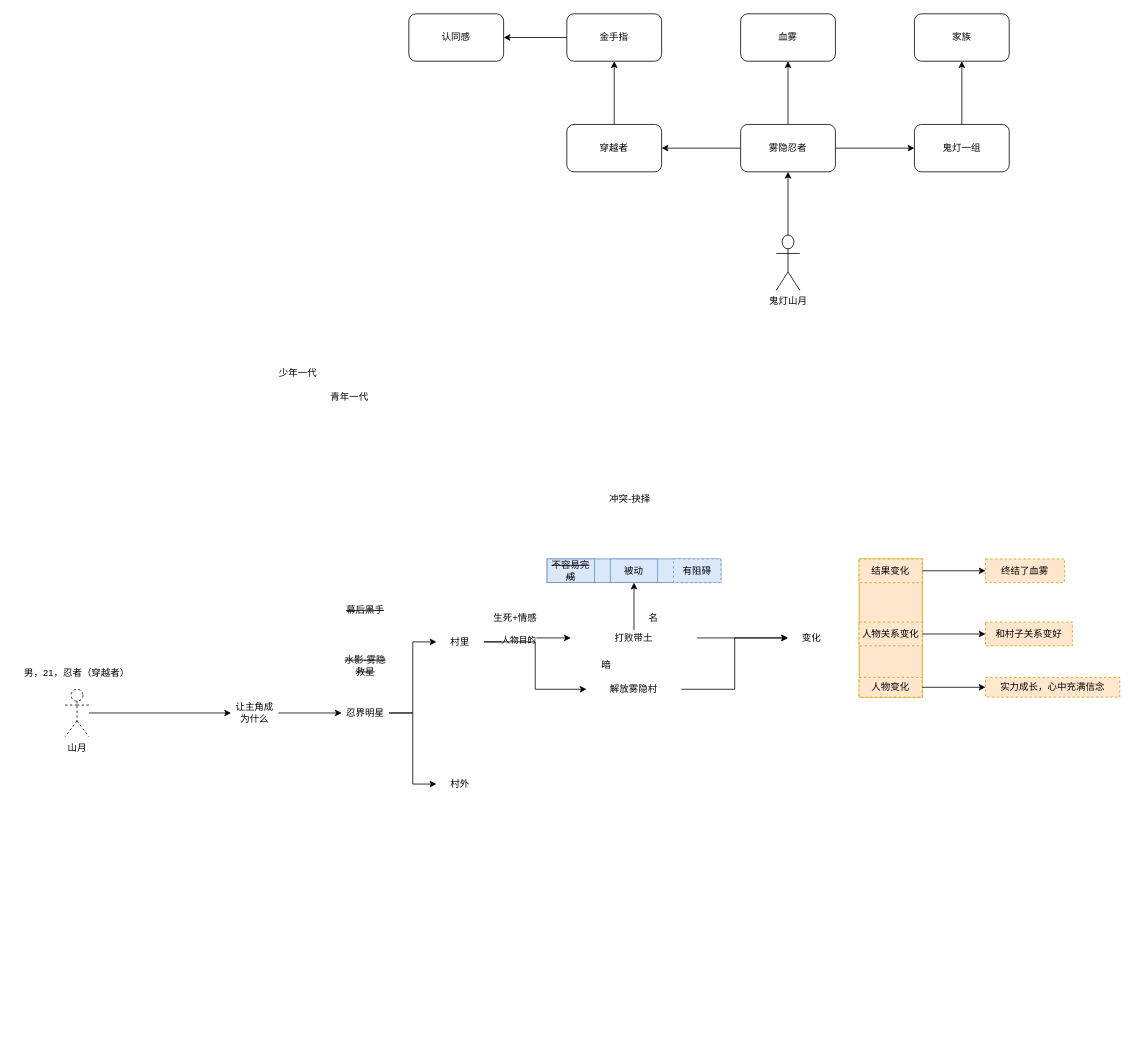
This is 项目图/未命名绘图.drawio from train42/image-host, a draw.io file, before an edit. Source tidied: cells renumbered, new cells numbered last; positions are measured from the earlier drawing's top-left corner, leaving out a move shared by most shapes. Both pictures are drawn from the tidied source at 79%, with x=0, y=0 at pixel (13, 13).
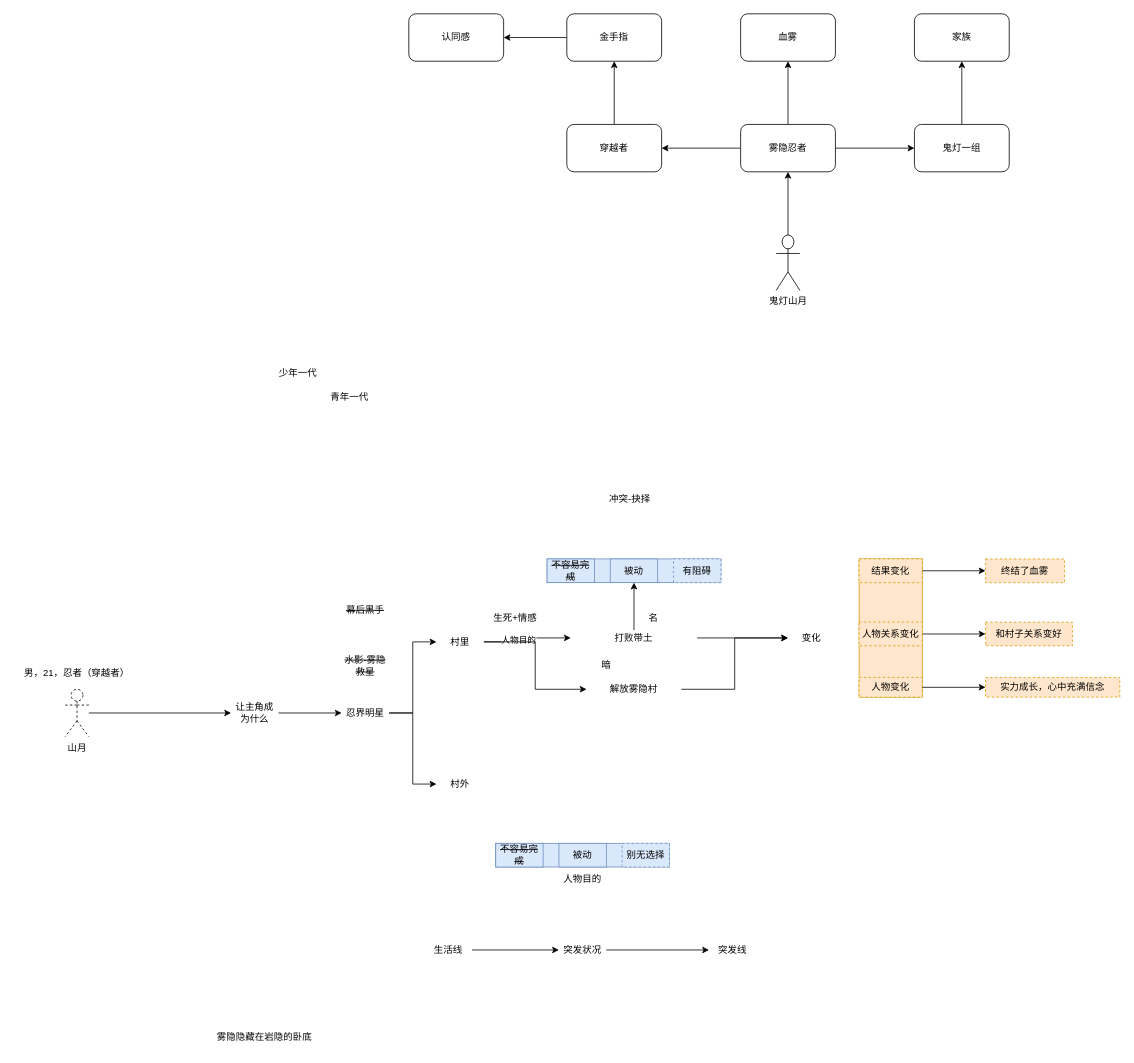
After the change.

Commit message:
Update 未命名绘图.drawio

What changed in the source:
```diff
@@
+    <mxCell id="58" value="人物目的" style="text;html=1;strokeColor=none;fillColor=none;align=center;verticalAlign=middle;whiteSpace=wrap;rounded=0;" parent="1" vertex="1">
+      <mxGeometry x="690" y="1080" width="60" height="30" as="geometry" />
+    </mxCell>
+    <mxCell id="59" style="edgeStyle=orthogonalEdgeStyle;rounded=0;jettySize=auto;html=1;" parent="1" edge="1" source="60" target="64">
+      <mxGeometry relative="1" as="geometry" />
+    </mxCell>
+    <mxCell id="60" value="生活线" style="text;html=1;strokeColor=none;fillColor=none;align=center;verticalAlign=middle;whiteSpace=wrap;rounded=0;" parent="1" vertex="1">
+      <mxGeometry x="520" y="1170" width="60" height="30" as="geometry" />
+    </mxCell>
+    <mxCell id="61" value="突发线" style="text;html=1;strokeColor=none;fillColor=none;align=center;verticalAlign=middle;whiteSpace=wrap;rounded=0;" parent="1" vertex="1">
+      <mxGeometry x="880" y="1170" width="60" height="30" as="geometry" />
+    </mxCell>
+    <mxCell id="62" value="雾隐隐藏在岩隐的卧底" style="text;html=1;strokeColor=none;fillColor=none;align=center;verticalAlign=middle;whiteSpace=wrap;rounded=0;" parent="1" vertex="1">
+      <mxGeometry x="245" y="1280" width="145" height="30" as="geometry" />
+    </mxCell>
+    <mxCell id="63" style="edgeStyle=orthogonalEdgeStyle;rounded=0;jettySize=auto;html=1;" parent="1" edge="1" source="64" target="61">
+      <mxGeometry relative="1" as="geometry" />
+    </mxCell>
+    <mxCell id="64" value="突发状况" style="text;html=1;strokeColor=none;fillColor=none;align=center;verticalAlign=middle;whiteSpace=wrap;rounded=0;" parent="1" vertex="1">
+      <mxGeometry x="690" y="1170" width="60" height="30" as="geometry" />
+    </mxCell>
+    <mxCell id="65" style="group;fillColor=#dae8fc;strokeColor=#6c8ebf;" parent="1" vertex="1">
+      <mxGeometry x="610" y="1050" width="220" height="30" as="geometry" />
+    </mxCell>
+    <mxCell id="66" value="&lt;strike&gt;不容易完成&lt;/strike&gt;" style="text;html=1;strokeColor=#6c8ebf;fillColor=#dae8fc;align=center;verticalAlign=middle;whiteSpace=wrap;rounded=0;" parent="65" vertex="1">
+      <mxGeometry width="60" height="30" as="geometry" />
+    </mxCell>
+    <mxCell id="67" value="被动" style="text;html=1;strokeColor=#6c8ebf;fillColor=#dae8fc;align=center;verticalAlign=middle;whiteSpace=wrap;rounded=0;" parent="65" vertex="1">
+      <mxGeometry x="80" width="60" height="30" as="geometry" />
+    </mxCell>
+    <mxCell id="68" value="别无选择" style="text;html=1;strokeColor=#6c8ebf;fillColor=#dae8fc;align=center;verticalAlign=middle;whiteSpace=wrap;rounded=0;dashed=1;" parent="65" vertex="1">
+      <mxGeometry x="160" width="60" height="30" as="geometry" />
+    </mxCell>
```
